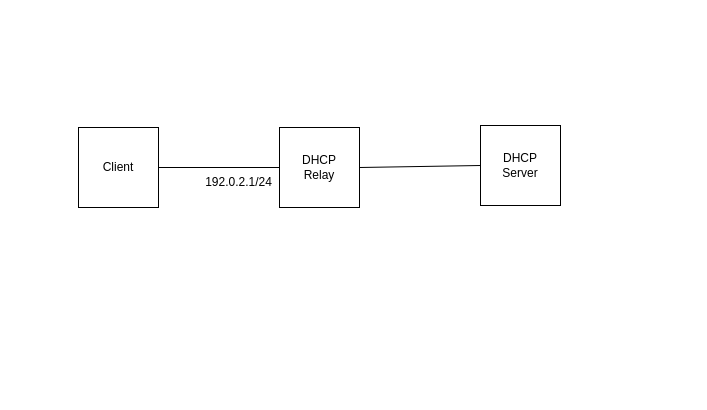
This is test_git/DHCP relay.drawio from pos1229/test, a draw.io file, before an edit. Source tidied: cells renumbered, new cells numbered last; positions are measured from the earlier drawing's top-left corner, leaving out a move shared by most shapes. Both pictures are drawn from the tidied source at 100%, with x=0, y=0 at pixel (78, 125).
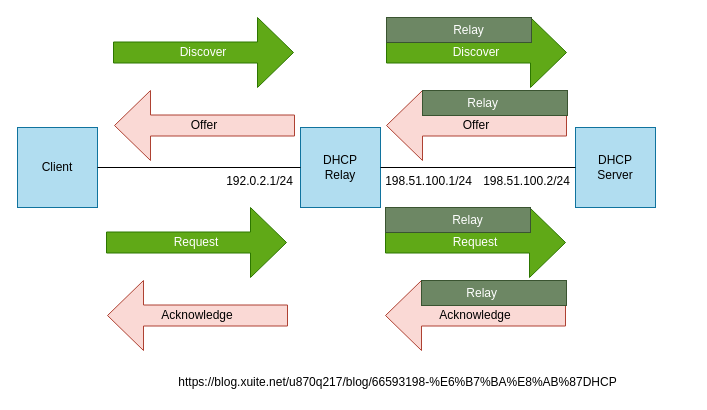
After the change.

Diff of the diagram source:
```diff
@@
-    <mxCell id="2" value="Client" style="whiteSpace=wrap;html=1;" parent="1" vertex="1">
-      <mxGeometry y="2" width="80" height="80" as="geometry" />
+    <mxCell id="2" value="Client" style="whiteSpace=wrap;html=1;fillColor=#b1ddf0;strokeColor=#10739e;" parent="1" vertex="1">
+      <mxGeometry x="-61" y="2" width="80" height="80" as="geometry" />
     </mxCell>
-    <mxCell id="3" value="DHCP&lt;br&gt;Relay" style="whiteSpace=wrap;html=1;" parent="1" vertex="1">
-      <mxGeometry x="201" y="2" width="80" height="80" as="geometry" />
+    <mxCell id="3" value="DHCP&lt;br&gt;Relay" style="whiteSpace=wrap;html=1;fillColor=#b1ddf0;strokeColor=#10739e;" parent="1" vertex="1">
+      <mxGeometry x="222" y="2" width="80" height="80" as="geometry" />
     </mxCell>
-    <mxCell id="4" value="DHCP&lt;br&gt;Server" style="whiteSpace=wrap;html=1;" parent="1" vertex="1">
-      <mxGeometry x="402" width="80" height="80" as="geometry" />
+    <mxCell id="4" value="DHCP&lt;br&gt;Server" style="whiteSpace=wrap;html=1;fillColor=#b1ddf0;strokeColor=#10739e;" parent="1" vertex="1">
+      <mxGeometry x="497" y="2" width="80" height="80" as="geometry" />
     </mxCell>
+    <mxCell id="7" value="192.0.2.1/24" style="text;html=1;strokeColor=none;fillColor=none;align=center;verticalAlign=middle;whiteSpace=wrap;rounded=0;" parent="1" vertex="1">
+      <mxGeometry x="143" y="46" width="77" height="20" as="geometry" />
+    </mxCell>
+    <mxCell id="8" value="198.51.100.1/24" style="text;html=1;strokeColor=none;fillColor=none;align=center;verticalAlign=middle;whiteSpace=wrap;rounded=0;" parent="1" vertex="1">
+      <mxGeometry x="312" y="46" width="77" height="20" as="geometry" />
+    </mxCell>
+    <mxCell id="6" style="endArrow=none;html=1;entryX=0;entryY=0.5;entryDx=0;entryDy=0;exitX=1;exitY=0.5;exitDx=0;exitDy=0;" parent="1" edge="1" source="3" target="4">
+      <mxGeometry relative="1" as="geometry" />
+    </mxCell>
@@
-    <mxCell id="6" style="endArrow=none;html=1;exitX=1;exitY=0.5;exitDx=0;exitDy=0;entryX=0;entryY=0.5;entryDx=0;entryDy=0;" parent="1" edge="1" source="3" target="4">
-      <mxGeometry relative="1" as="geometry" />
-    </mxCell>
-    <mxCell id="7" value="192.0.2.1/24" style="text;html=1;strokeColor=none;fillColor=none;align=center;verticalAlign=middle;whiteSpace=wrap;rounded=0;" parent="1" vertex="1">
-      <mxGeometry x="122" y="47" width="77" height="20" as="geometry" />
-    </mxCell>
+    <mxCell id="9" value="198.51.100.2/24" style="text;html=1;strokeColor=none;fillColor=none;align=center;verticalAlign=middle;whiteSpace=wrap;rounded=0;" parent="1" vertex="1">
+      <mxGeometry x="410" y="46" width="77" height="20" as="geometry" />
+    </mxCell>
+    <mxCell id="10" value="Discover" style="shape=singleArrow;whiteSpace=wrap;html=1;rotation=0;fillColor=#60a917;strokeColor=#2D7600;fontColor=#ffffff;" parent="1" vertex="1">
+      <mxGeometry x="35" y="-108" width="180" height="70" as="geometry" />
+    </mxCell>
+    <mxCell id="11" value="Offer" style="shape=singleArrow;direction=west;whiteSpace=wrap;html=1;fillColor=#fad9d5;strokeColor=#ae4132;" parent="1" vertex="1">
+      <mxGeometry x="36" y="-35" width="180" height="70" as="geometry" />
+    </mxCell>
+    <mxCell id="12" value="Discover" style="shape=singleArrow;whiteSpace=wrap;html=1;rotation=0;fillColor=#60a917;strokeColor=#2D7600;fontColor=#ffffff;" parent="1" vertex="1">
+      <mxGeometry x="308" y="-108" width="180" height="70" as="geometry" />
+    </mxCell>
+    <mxCell id="13" value="Offer" style="shape=singleArrow;direction=west;whiteSpace=wrap;html=1;fillColor=#fad9d5;strokeColor=#ae4132;" parent="1" vertex="1">
+      <mxGeometry x="308" y="-35" width="180" height="70" as="geometry" />
+    </mxCell>
+    <mxCell id="14" value="&amp;nbsp;&amp;nbsp;&amp;nbsp;&amp;nbsp;&amp;nbsp; Relay" style="rounded=0;whiteSpace=wrap;html=1;fillColor=#6d8764;strokeColor=#3A5431;fontColor=#ffffff;" parent="1" vertex="1">
+      <mxGeometry x="308" y="-108" width="145" height="25" as="geometry" />
+    </mxCell>
+    <mxCell id="15" value="&lt;div align=&quot;left&quot;&gt;&amp;nbsp;&amp;nbsp;&amp;nbsp;&amp;nbsp;&amp;nbsp;&amp;nbsp;&amp;nbsp;&amp;nbsp;&amp;nbsp;&amp;nbsp;&amp;nbsp;&amp;nbsp; Relay&lt;/div&gt;" style="rounded=0;whiteSpace=wrap;html=1;fillColor=#6d8764;align=left;strokeColor=#3A5431;fontColor=#ffffff;" parent="1" vertex="1">
+      <mxGeometry x="344" y="-35" width="145" height="25" as="geometry" />
+    </mxCell>
+    <mxCell id="16" value="Request" style="shape=singleArrow;whiteSpace=wrap;html=1;rotation=0;fillColor=#60a917;strokeColor=#2D7600;fontColor=#ffffff;" parent="1" vertex="1">
+      <mxGeometry x="28" y="82" width="180" height="70" as="geometry" />
+    </mxCell>
+    <mxCell id="17" value="Acknowledge" style="shape=singleArrow;direction=west;whiteSpace=wrap;html=1;fillColor=#fad9d5;strokeColor=#ae4132;" parent="1" vertex="1">
+      <mxGeometry x="29" y="155" width="180" height="70" as="geometry" />
+    </mxCell>
+    <mxCell id="18" value="Request" style="shape=singleArrow;whiteSpace=wrap;html=1;rotation=0;fillColor=#60a917;strokeColor=#2D7600;fontColor=#ffffff;" parent="1" vertex="1">
+      <mxGeometry x="307" y="82" width="180" height="70" as="geometry" />
+    </mxCell>
+    <mxCell id="19" value="Acknowledge" style="shape=singleArrow;direction=west;whiteSpace=wrap;html=1;fillColor=#fad9d5;strokeColor=#ae4132;" parent="1" vertex="1">
+      <mxGeometry x="307" y="155" width="180" height="70" as="geometry" />
+    </mxCell>
+    <mxCell id="20" value="&amp;nbsp;&amp;nbsp;&amp;nbsp;&amp;nbsp;&amp;nbsp; Relay" style="rounded=0;whiteSpace=wrap;html=1;fillColor=#6d8764;strokeColor=#3A5431;fontColor=#ffffff;" parent="1" vertex="1">
+      <mxGeometry x="307" y="82" width="145" height="25" as="geometry" />
+    </mxCell>
+    <mxCell id="21" value="&lt;div align=&quot;left&quot;&gt;&amp;nbsp;&amp;nbsp;&amp;nbsp;&amp;nbsp;&amp;nbsp;&amp;nbsp;&amp;nbsp;&amp;nbsp;&amp;nbsp;&amp;nbsp;&amp;nbsp;&amp;nbsp; Relay&lt;/div&gt;" style="rounded=0;whiteSpace=wrap;html=1;fillColor=#6d8764;align=left;strokeColor=#3A5431;fontColor=#ffffff;" parent="1" vertex="1">
+      <mxGeometry x="343" y="155" width="145" height="25" as="geometry" />
+    </mxCell>
+    <mxCell id="22" value="https://blog.xuite.net/u870q217/blog/66593198-%E6%B7%BA%E8%AB%87DHCP" style="text;html=1;strokeColor=none;fillColor=none;align=center;verticalAlign=middle;whiteSpace=wrap;rounded=0;" parent="1" vertex="1">
+      <mxGeometry x="28" y="247" width="583" height="20" as="geometry" />
+    </mxCell>
```
